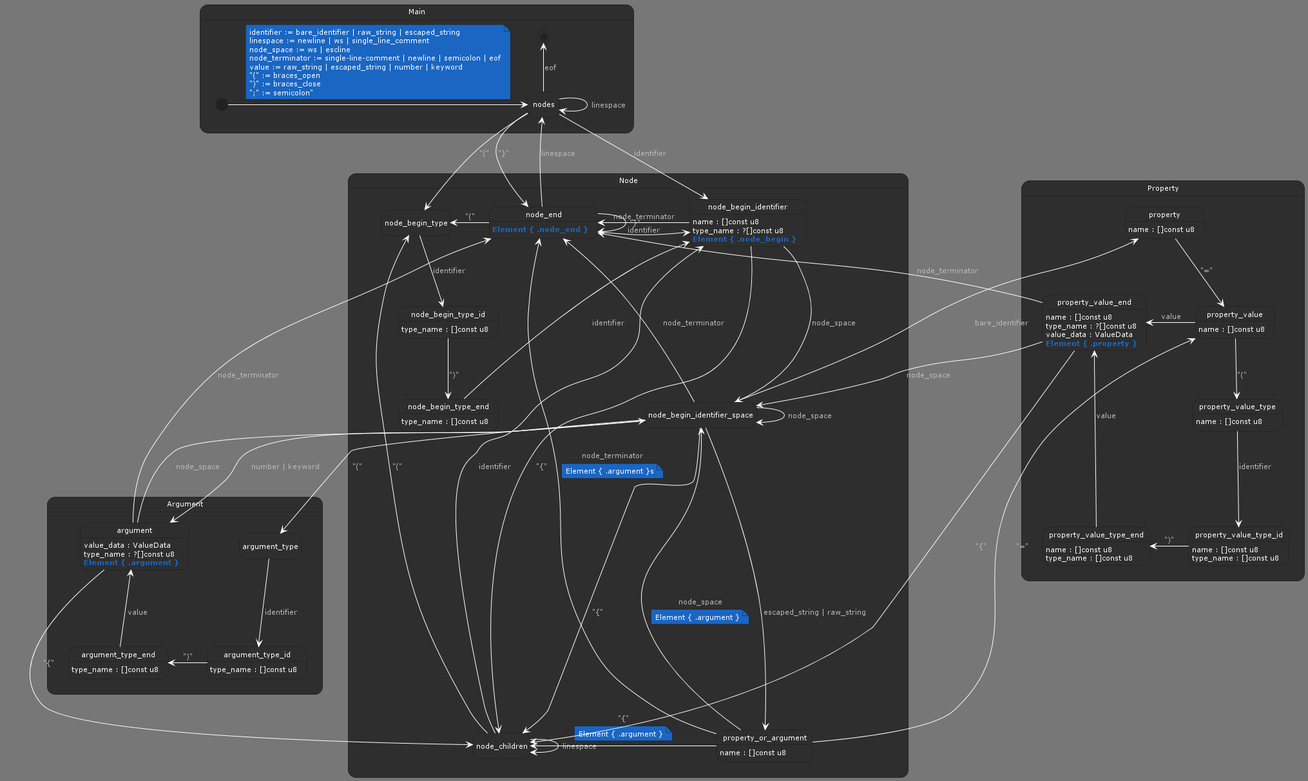
The PlantUML diagram spec/parser.png in pedromsilvapt/zig-kdl, before a commit.
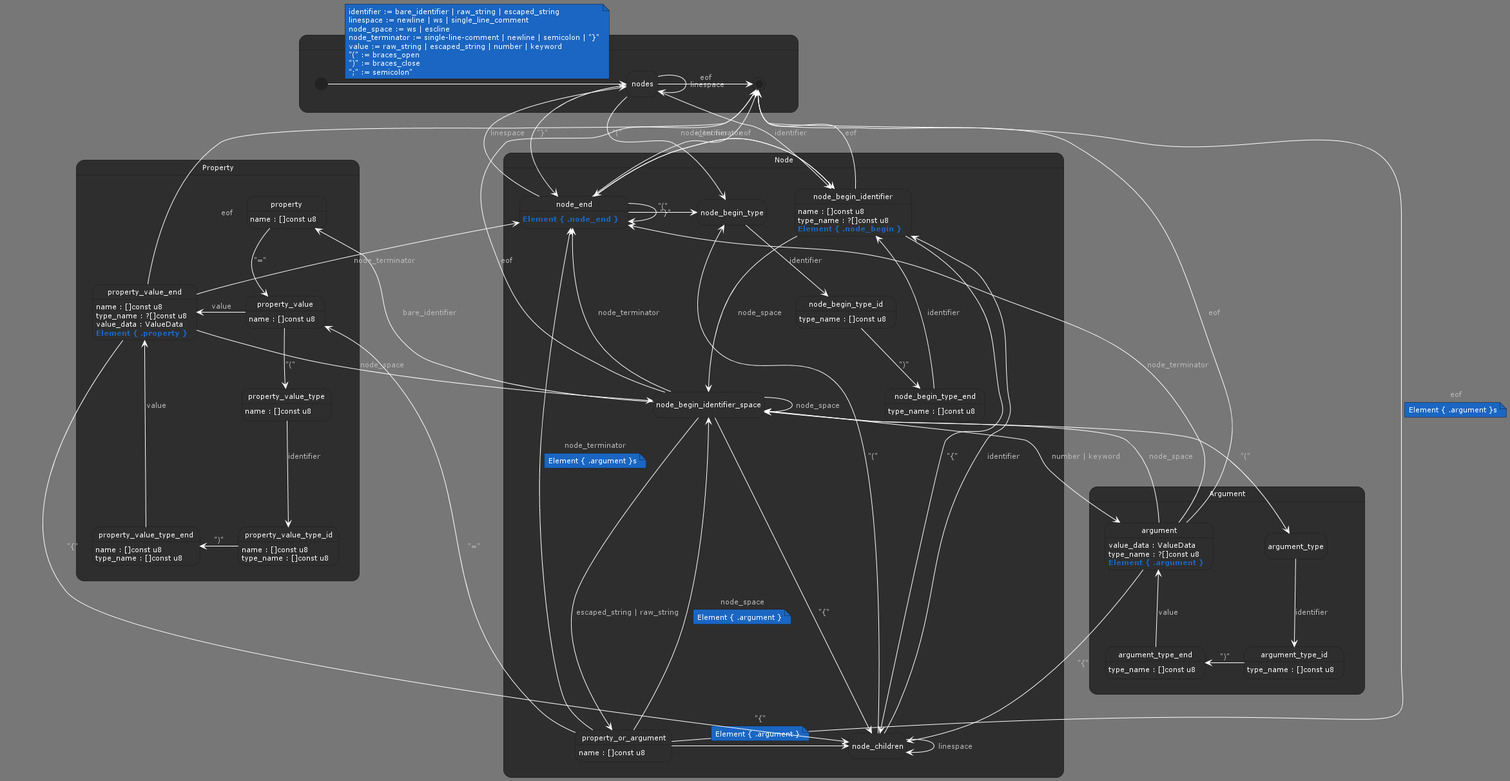
After the commit.

Commit message:
Update PUML graphs, fix bug in node end parsing logic

The edit, as a diff of the source:
```diff
@@ -57,7 +57,7 @@
 identifier := bare_identifier | raw_string | escaped_string
 linespace := newline | ws | single_line_comment
 node_space := ws | escline
-node_terminator := single-line-comment | newline | semicolon | eof
+node_terminator := single-line-comment | newline | semicolon | "}"
 value := raw_string | escaped_string | number | keyword
 "(" := braces_open
 ")" := braces_close
@@ -68,7 +68,7 @@
 nodes -down-> node_end : "}"
 nodes -down-> node_begin_type : "("
 nodes --> node_begin_identifier : identifier
-nodes -up-> end : eof
+nodes -right-> end : eof
 
 node_begin_type -down-> node_begin_type_id : identifier
 node_begin_type_id -down-> node_begin_type_end : ")"
@@ -77,6 +77,7 @@
 node_begin_type_end : type_name : []const u8
 
 node_begin_identifier -right-> node_end : node_terminator
+node_begin_identifier -up-> end : eof
 node_begin_identifier -down--> node_begin_identifier_space : node_space
 node_begin_identifier -down-> node_children : "{"
 node_begin_identifier : name : []const u8
@@ -84,6 +85,7 @@
 node_begin_identifier : $emit("Element { .node_begin }")
 
 node_begin_identifier_space -up-> node_end : node_terminator
+node_begin_identifier_space -up-> end : eof
 node_begin_identifier_space -> node_begin_identifier_space : node_space
 node_begin_identifier_space -down-> node_children : "{"
 node_begin_identifier_space ----> property_or_argument : escaped_string | raw_string
@@ -97,11 +99,14 @@
 
 node_end -up-> nodes : linespace
 node_end -> node_end : "}"
+node_end -up-> end : eof
 node_end -> node_begin_type : "("
 node_end -> node_begin_identifier : identifier
 node_end : $emit("Element { .node_end }")
 
 property_or_argument -up-> node_end : node_terminator
+$emitNote("Element { .argument }s")
+property_or_argument -up-> end : eof
 $emitNote("Element { .argument }s")
 property_or_argument -up-> node_begin_identifier_space : node_space
 $emitNote("Element { .argument }")
@@ -127,6 +132,7 @@
 property_value_type_end : type_name : []const u8
 
 property_value_end -up-> node_end : node_terminator
+property_value_end -up-> end : eof
 property_value_end -right-> node_begin_identifier_space : node_space
 property_value_end -down---> node_children : "{"
 property_value_end : name : []const u8
@@ -135,6 +141,7 @@
 property_value_end : $emit("Element { .property }")
 
 argument -left-> node_end : node_terminator
+argument -up-> end : eof
 argument -left-> node_begin_identifier_space : node_space
 argument -down---> node_children : "{"
 argument : value_data : ValueData
```
